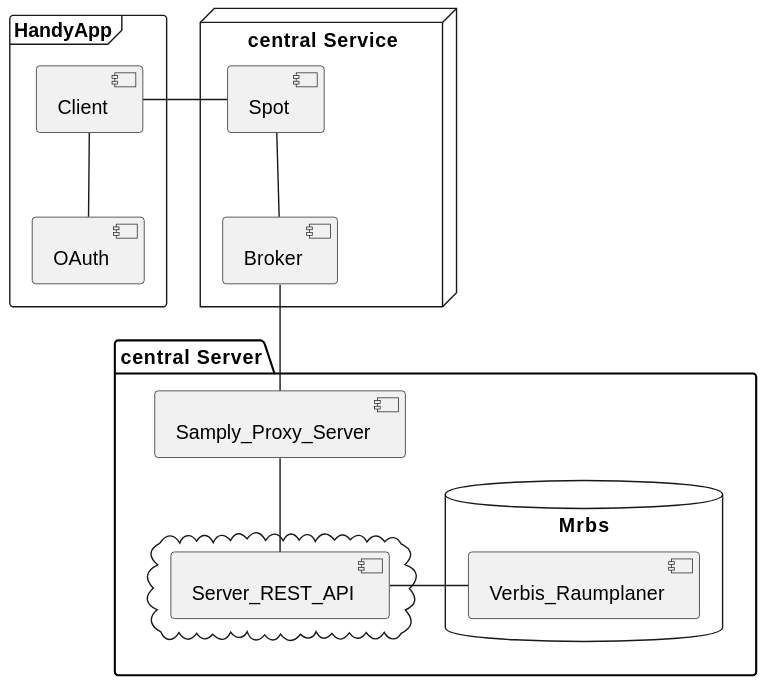
The PlantUML diagram out/Projekte/Verbis/HandyAppV1/HandyAppV1.svg in Martin1088/Plantuml-With-Screenreader, before a commit. The source it was exported from:
```plantuml
@startuml


frame "HandyApp"{
    [Client]
    [OAuth]
}

node "central Service" {
    [Spot]
    [Broker]
}


package "central Server" {
    [Samply_Proxy_Server]
    cloud {
        [Server_REST_API]
    }
    database "Mrbs" {
        [Verbis_Raumplaner]
    }
}

[Client] -- [OAuth]
[Client] - [Spot]
[Spot] -- [Broker]
[Broker] -- [Samply_Proxy_Server]
[Samply_Proxy_Server] -- [Server_REST_API]
[Server_REST_API] - [Verbis_Raumplaner]
@enduml
```
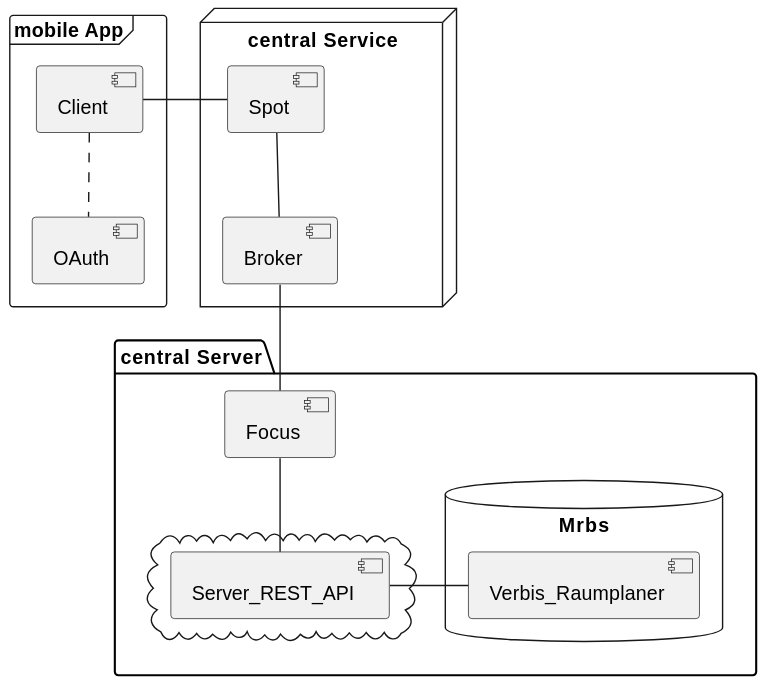
Later version of the same file.

Change to the diagram source:
```diff
@@ -1,7 +1,7 @@
 @startuml
 
 
-frame "HandyApp"{
+frame "mobile App"{
     [Client]
     [OAuth]
 }
@@ -13,7 +13,7 @@
 
 
 package "central Server" {
-    [Samply_Proxy_Server]
+    [Focus]
     cloud {
         [Server_REST_API]
     }
@@ -22,10 +22,10 @@
     }
 }
 
-[Client] -- [OAuth]
+[Client] .. [OAuth]
 [Client] - [Spot]
 [Spot] -- [Broker]
-[Broker] -- [Samply_Proxy_Server]
-[Samply_Proxy_Server] -- [Server_REST_API]
+[Broker] -- [Focus]
+[Focus] -- [Server_REST_API]
 [Server_REST_API] - [Verbis_Raumplaner]
 @enduml
```
